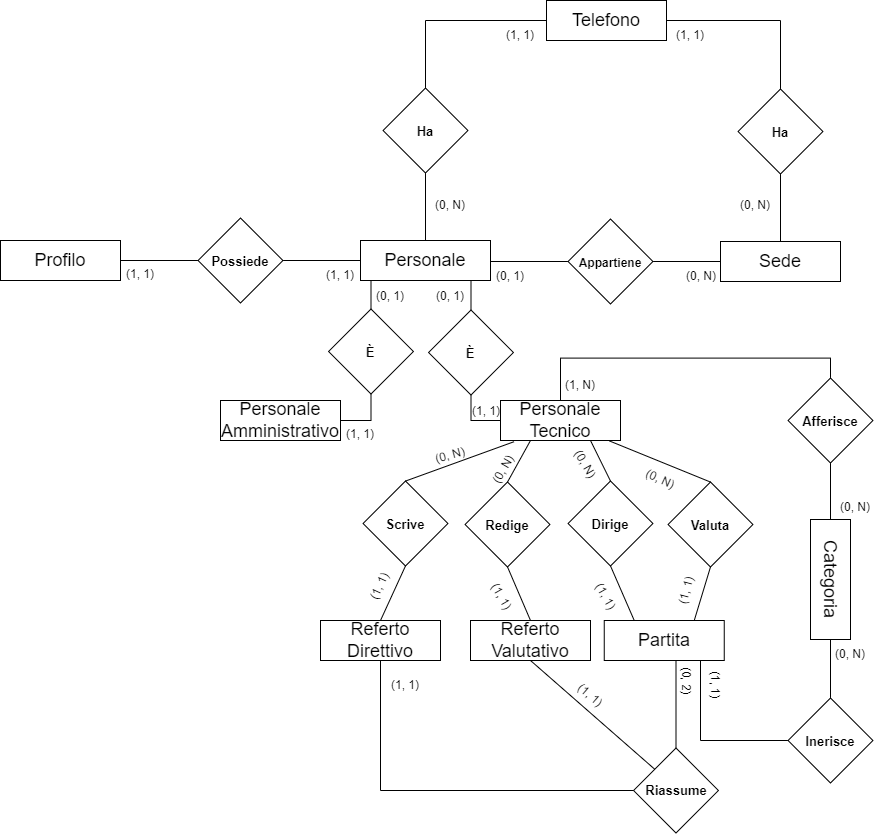
Above: ERDiagram/WhistleERRistrutturato.drawio.png in savernike/DiagramsSet (draw.io), before the change. Source tidied: cells renumbered, new cells last; positions are measured from the earlier drawing's top-left corner, leaving out a move shared by most shapes.
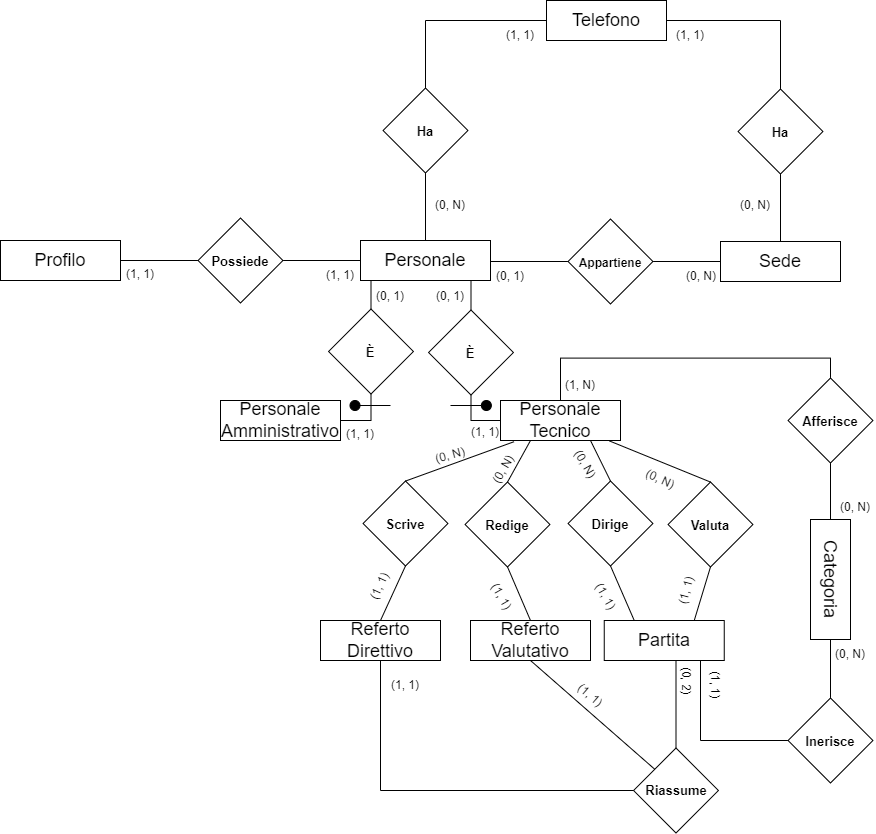
After the change.

Commit message:
Aggiunta identificatori esterni per ex generalizzazioni

The edit, as a diff of the source:
```diff
@@ -272,7 +272,7 @@
       <mxGeometry x="340" y="419" width="40" height="30" as="geometry" />
     </mxCell>
     <mxCell id="88" value="(1, 1)" style="text;strokeColor=none;align=center;fillColor=none;html=1;verticalAlign=middle;whiteSpace=wrap;rounded=0;rotation=0;" parent="1" vertex="1">
-      <mxGeometry x="466" y="396" width="40" height="30" as="geometry" />
+      <mxGeometry x="465" y="417" width="40" height="30" as="geometry" />
     </mxCell>
     <mxCell id="89" style="endArrow=none;html=1;rounded=0;labelBackgroundColor=default;strokeColor=default;fontFamily=Helvetica;fontSize=11;fontColor=default;shape=connector;exitX=0.5;exitY=1;exitDx=0;exitDy=0;entryX=0;entryY=0.5;entryDx=0;entryDy=0;" parent="1" edge="1" source="39" target="55">
       <mxGeometry relative="1" as="geometry" />
@@ -283,5 +283,21 @@
     <mxCell id="91" value="(1, 1)" style="text;strokeColor=none;align=center;fillColor=none;html=1;verticalAlign=middle;whiteSpace=wrap;rounded=0;rotation=0;" parent="1" vertex="1">
       <mxGeometry x="385" y="670" width="40" height="30" as="geometry" />
     </mxCell>
+    <mxCell id="92" style="edgeStyle=orthogonalEdgeStyle;rounded=0;jettySize=auto;html=1;exitX=1;exitY=0.5;exitDx=0;exitDy=0;endArrow=none;endFill=0;" parent="1" edge="1" source="93">
+      <mxGeometry relative="1" as="geometry">
+        <mxPoint x="390" y="405" as="targetPoint" />
+      </mxGeometry>
+    </mxCell>
+    <mxCell id="93" style="ellipse;whiteSpace=wrap;html=1;fontFamily=Helvetica;fontSize=11;fontColor=default;fillColor=#000000;" parent="1" vertex="1">
+      <mxGeometry x="349.5" y="400" width="10" height="10" as="geometry" />
+    </mxCell>
+    <mxCell id="94" style="edgeStyle=orthogonalEdgeStyle;shape=connector;rounded=0;jettySize=auto;html=1;exitX=0;exitY=0.5;exitDx=0;exitDy=0;labelBackgroundColor=default;strokeColor=default;fontFamily=Helvetica;fontSize=11;fontColor=default;endArrow=none;endFill=0;" parent="1" edge="1" source="95">
+      <mxGeometry relative="1" as="geometry">
+        <mxPoint x="450" y="405" as="targetPoint" />
+      </mxGeometry>
+    </mxCell>
+    <mxCell id="95" style="ellipse;whiteSpace=wrap;html=1;fontFamily=Helvetica;fontSize=11;fontColor=default;fillColor=#000000;" parent="1" vertex="1">
+      <mxGeometry x="480.9" y="400" width="10" height="10" as="geometry" />
+    </mxCell>
   </root>
 </mxGraphModel>
```
